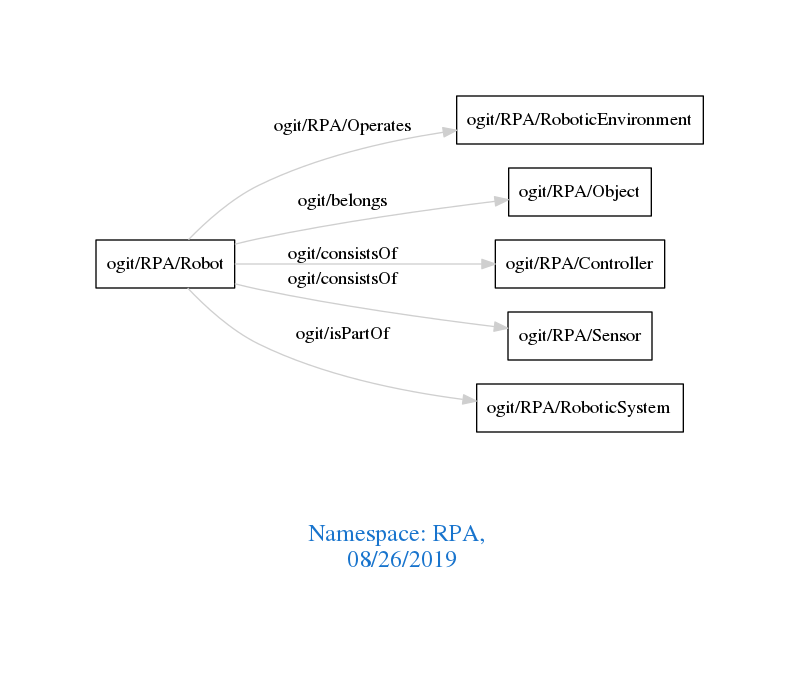
arago/OGIT keeps this Graphviz diagram as downloads/RPA.png. Above is the earlier version. Its source is kept beside it as downloads/RPA.dot.
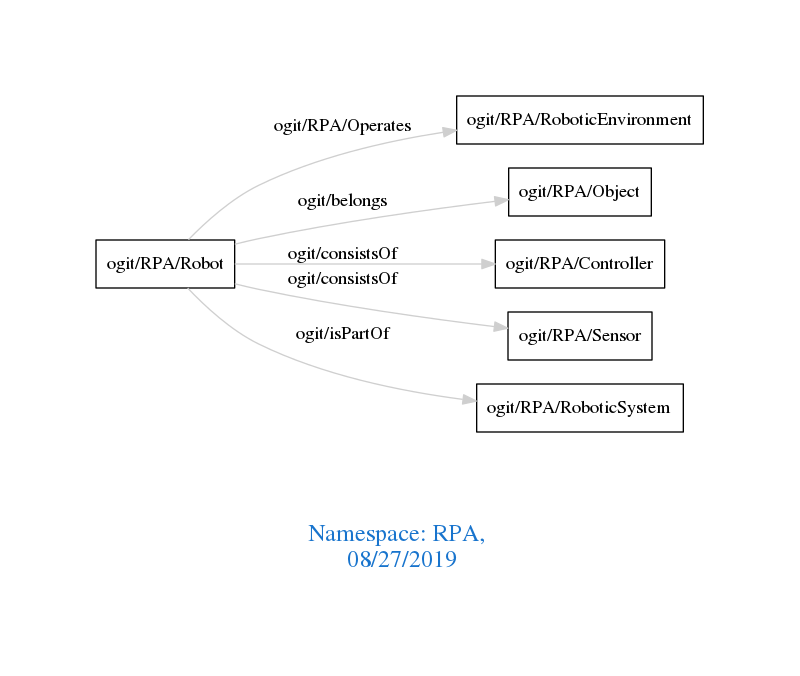
The same file after the commit.

What changed in the source:
```diff
@@ -1,7 +1,7 @@
 digraph OGIT_ontology {
  graph [ rankdir= LR,pad=1
 fontsize = 18,
-fontcolor= dodgerblue3,label = "\n\n\nNamespace: RPA, \n 08/26/2019"];
+fontcolor= dodgerblue3,label = "\n\n\nNamespace: RPA, \n 08/27/2019"];
 node[shape=polygon];
 edge [  color="gray81"];
 
```
